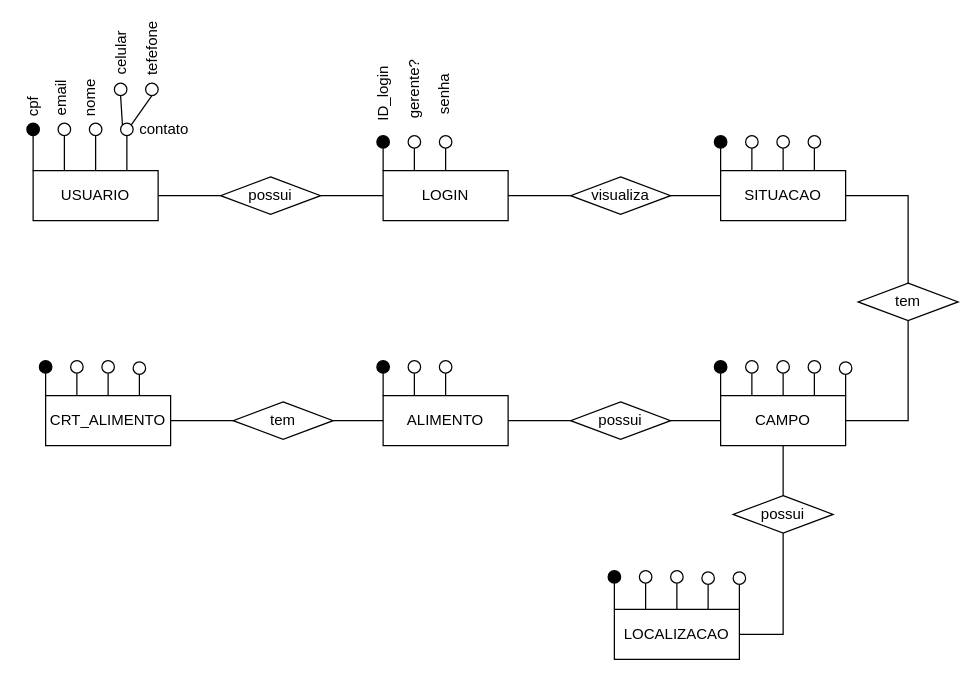
The draw.io diagram Diagrama sem nome.drawio in Thiago163/api_sistema_trienal, before the edit. Source tidied: cells renumbered, new cells numbered last; positions are measured from the earlier drawing's top-left corner, leaving out a move shared by most shapes. Both pictures are drawn from the tidied source at 125%, with x=0, y=0 at pixel (14, 38).
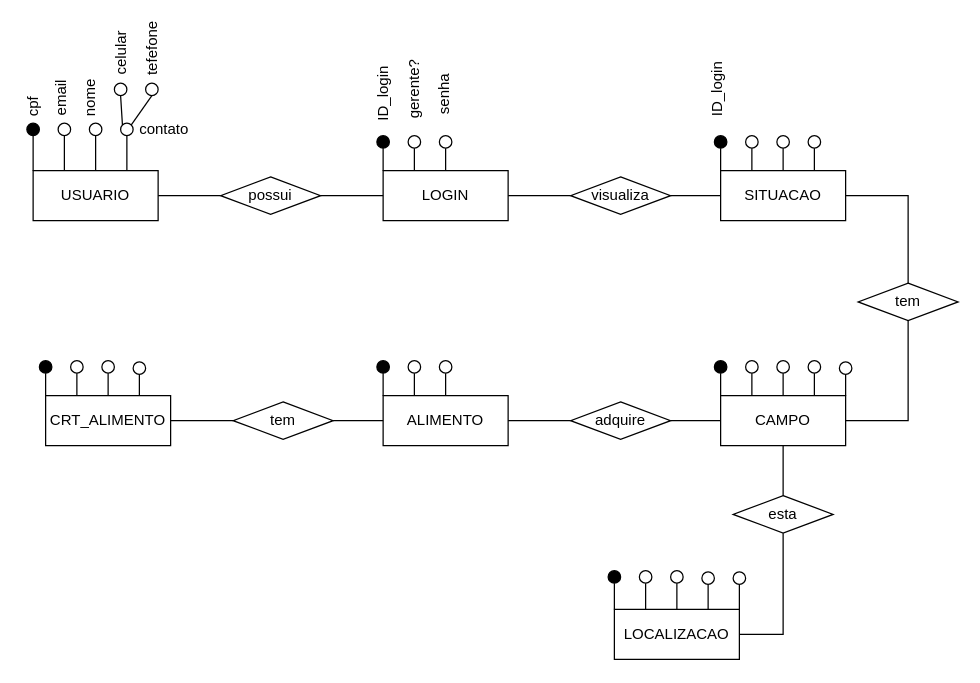
Above is the later version.

Change to the diagram source:
```diff
@@
-    <mxCell id="12" value="possui" style="rhombus;whiteSpace=wrap;html=1;" parent="1" vertex="1">
+    <mxCell id="12" value="esta" style="rhombus;whiteSpace=wrap;html=1;" parent="1" vertex="1">
       <mxGeometry x="575" y="366" width="80" height="30" as="geometry" />
     </mxCell>
-    <mxCell id="13" value="possui" style="rhombus;whiteSpace=wrap;html=1;" parent="1" vertex="1">
+    <mxCell id="13" value="adquire" style="rhombus;whiteSpace=wrap;html=1;" parent="1" vertex="1">
       <mxGeometry x="445" y="291" width="80" height="30" as="geometry" />
     </mxCell>
@@
+    <mxCell id="96" value="ID_login" style="text;html=1;align=center;verticalAlign=middle;whiteSpace=wrap;rounded=0;rotation=-90;" parent="1" vertex="1">
+      <mxGeometry x="540" y="32" width="45" height="18" as="geometry" />
+    </mxCell>
```
